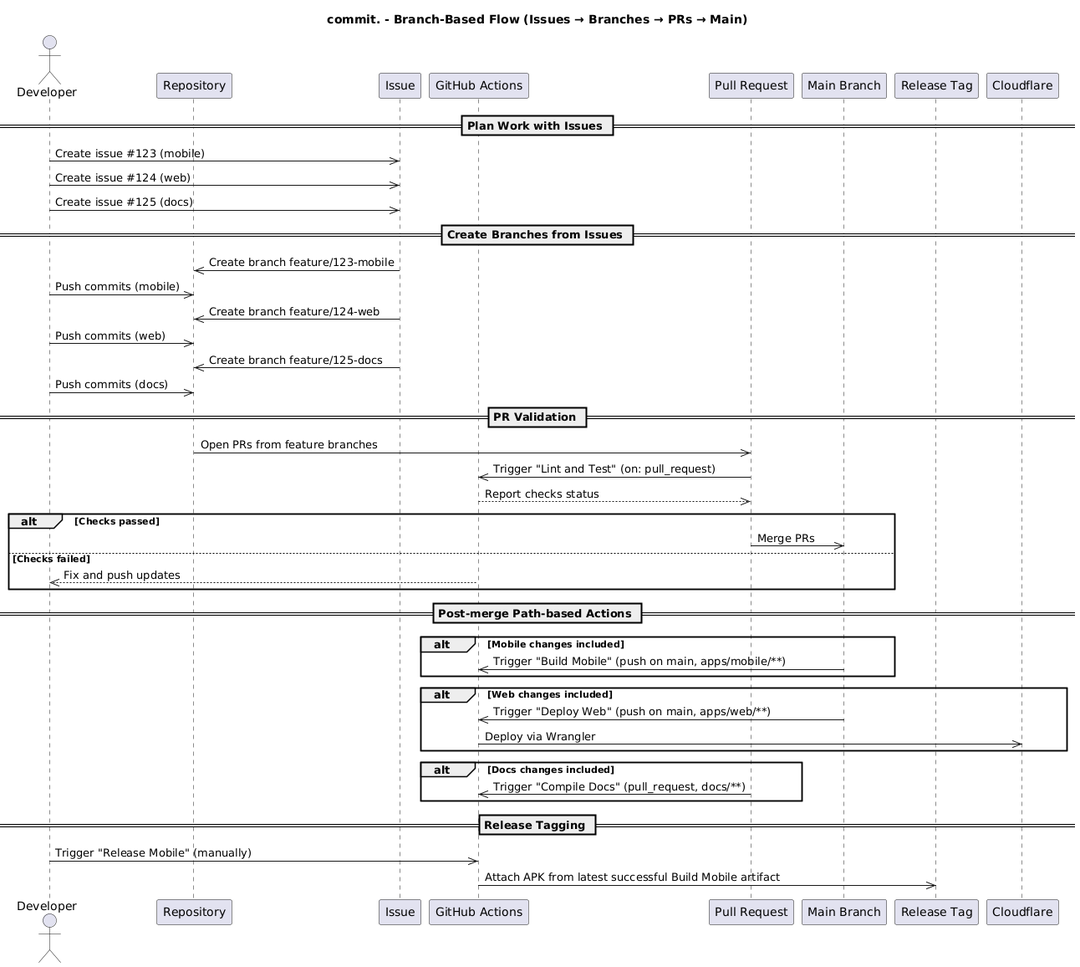
The PlantUML diagram docs/branch-flow.png in getcommitapp/commit, before a commit. Its diagram source:
```plantuml
@startuml branch-flow
title commit. - Branch-Based Flow (Issues → Branches → PRs → Main)

actor Dev as "Developer"
participant Repo as "Repository"
participant Iss as "Issue"
participant GHA as "GitHub Actions"
participant PR as "Pull Request"
participant Main as "Main Branch"
participant Rel as "Release Tag"

== Plan Work with Issues ==
Dev ->> Iss: Create issue #123 (mobile)
Dev ->> Iss: Create issue #124 (web)
Dev ->> Iss: Create issue #125 (docs)

== Create Branches from Issues ==
Iss ->> Repo: Create branch feature/123-mobile
Dev ->> Repo: Push commits (mobile)
Iss ->> Repo: Create branch feature/124-web
Dev ->> Repo: Push commits (web)
Iss ->> Repo: Create branch feature/125-docs
Dev ->> Repo: Push commits (docs)

== PR Validation ==
Repo ->> PR: Open PRs from feature branches
PR ->> GHA: Trigger "Lint and Test" (on: pull_request)
GHA -->> PR: Report checks status

alt Checks passed
  PR ->> Main: Merge PRs
else Checks failed
  GHA -->> Dev: Fix and push updates
end

== Post-merge Path-based Actions ==
alt Mobile changes included
  Main ->> GHA: Trigger "Build Mobile" (push on main, apps/mobile/**)
end

alt Web changes included
  Main ->> GHA: Trigger "Deploy Web" (push on main, apps/web/**)
  GHA ->> "Cloudflare": Deploy via Wrangler
end

alt Docs changes included
  PR ->> GHA: Trigger "Compile Docs" (pull_request, docs/**)
end

== Release Tagging ==
Dev ->> GHA: Trigger "Release Mobile" (manually)
GHA ->> Rel: Attach APK from latest successful Build Mobile artifact

@enduml
```
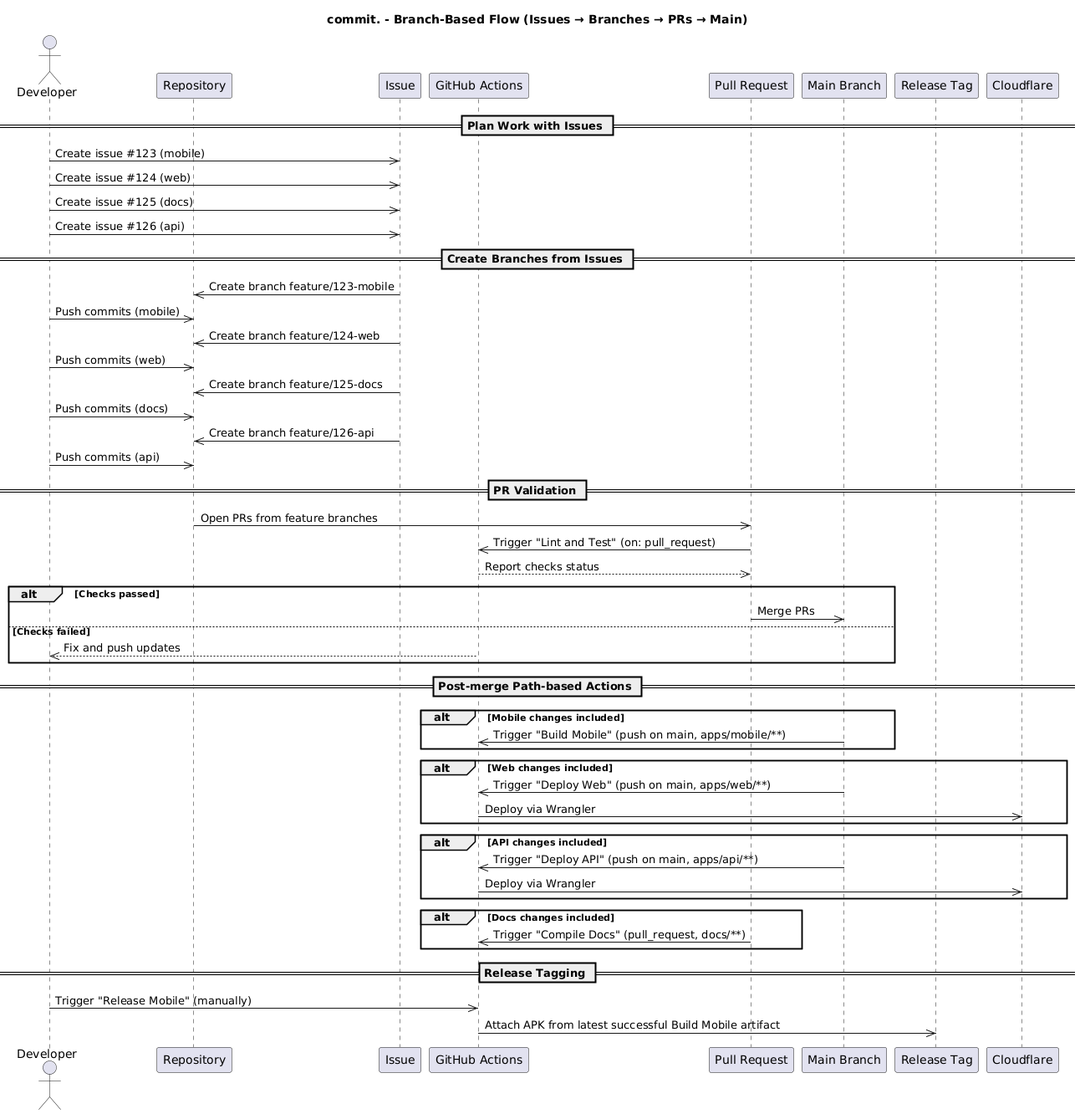
Above is the later version.

Diff of the diagram source:
```diff
@@ -13,6 +13,7 @@
 Dev ->> Iss: Create issue #123 (mobile)
 Dev ->> Iss: Create issue #124 (web)
 Dev ->> Iss: Create issue #125 (docs)
+Dev ->> Iss: Create issue #126 (api)
 
 == Create Branches from Issues ==
 Iss ->> Repo: Create branch feature/123-mobile
@@ -21,6 +22,8 @@
 Dev ->> Repo: Push commits (web)
 Iss ->> Repo: Create branch feature/125-docs
 Dev ->> Repo: Push commits (docs)
+Iss ->> Repo: Create branch feature/126-api
+Dev ->> Repo: Push commits (api)
 
 == PR Validation ==
 Repo ->> PR: Open PRs from feature branches
@@ -43,6 +46,11 @@
   GHA ->> "Cloudflare": Deploy via Wrangler
 end
 
+alt API changes included
+  Main ->> GHA: Trigger "Deploy API" (push on main, apps/api/**)
+  GHA ->> "Cloudflare": Deploy via Wrangler
+end
+
 alt Docs changes included
   PR ->> GHA: Trigger "Compile Docs" (pull_request, docs/**)
 end
```
